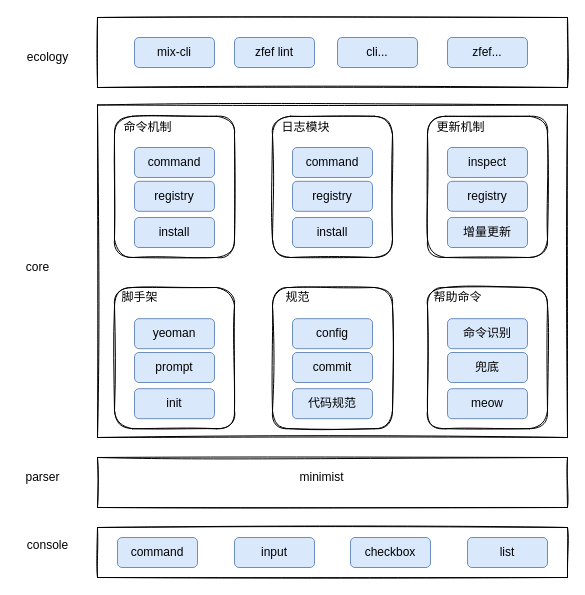
The draw.io diagram feflow 架构图.drawio in 1587319019/diagrams, before the edit. Source tidied: cells renumbered, new cells numbered last; positions are measured from the earlier drawing's top-left corner, leaving out a move shared by most shapes. Both pictures are drawn from the tidied source at 100%, with x=0, y=0 at pixel (17, 17).
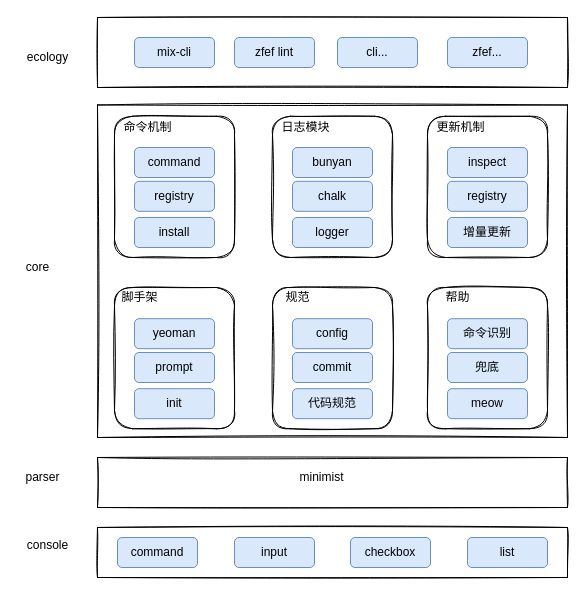
Above is the later version.

Commit message:
更新feflow 架构图.drawio

The change refers to these unchanged cells:
```xml
<mxCell id="25" style="group;" parent="1" vertex="1">
  <mxGeometry x="255" y="98.8" width="120" height="141.2" as="geometry" />
</mxCell>
<mxCell id="49" style="group;" parent="1" vertex="1">
  <mxGeometry x="410" y="270" width="120" height="141.2" as="geometry" />
</mxCell>
```

Change to the diagram source:
```diff
@@
-    <mxCell id="27" value="command" style="rounded=1;whiteSpace=wrap;html=1;fillColor=#dae8fc;strokeColor=#6c8ebf;" parent="25" vertex="1">
+    <mxCell id="27" value="bunyan" style="rounded=1;whiteSpace=wrap;html=1;fillColor=#dae8fc;strokeColor=#6c8ebf;" parent="25" vertex="1">
       <mxGeometry x="20" y="31.2" width="80" height="30" as="geometry" />
     </mxCell>
-    <mxCell id="28" value="registry" style="rounded=1;whiteSpace=wrap;html=1;fillColor=#dae8fc;strokeColor=#6c8ebf;" parent="25" vertex="1">
+    <mxCell id="28" value="chalk" style="rounded=1;whiteSpace=wrap;html=1;fillColor=#dae8fc;strokeColor=#6c8ebf;" parent="25" vertex="1">
       <mxGeometry x="20" y="65" width="80" height="30" as="geometry" />
     </mxCell>
-    <mxCell id="29" value="install" style="rounded=1;whiteSpace=wrap;html=1;fillColor=#dae8fc;strokeColor=#6c8ebf;" parent="25" vertex="1">
+    <mxCell id="29" value="logger" style="rounded=1;whiteSpace=wrap;html=1;fillColor=#dae8fc;strokeColor=#6c8ebf;" parent="25" vertex="1">
       <mxGeometry x="20" y="101.2" width="80" height="30" as="geometry" />
     </mxCell>
@@
-    <mxCell id="54" value="帮助命令" style="text;html=1;align=center;verticalAlign=middle;fillColor=none;strokeColor=none;rounded=0;" parent="49" vertex="1">
-      <mxGeometry width="60" height="20" as="geometry" />
+    <mxCell id="54" value="帮助" style="text;html=1;align=center;verticalAlign=middle;fillColor=none;strokeColor=none;rounded=0;" parent="49" vertex="1">
+      <mxGeometry x="10" width="40" height="20" as="geometry" />
     </mxCell>
```
